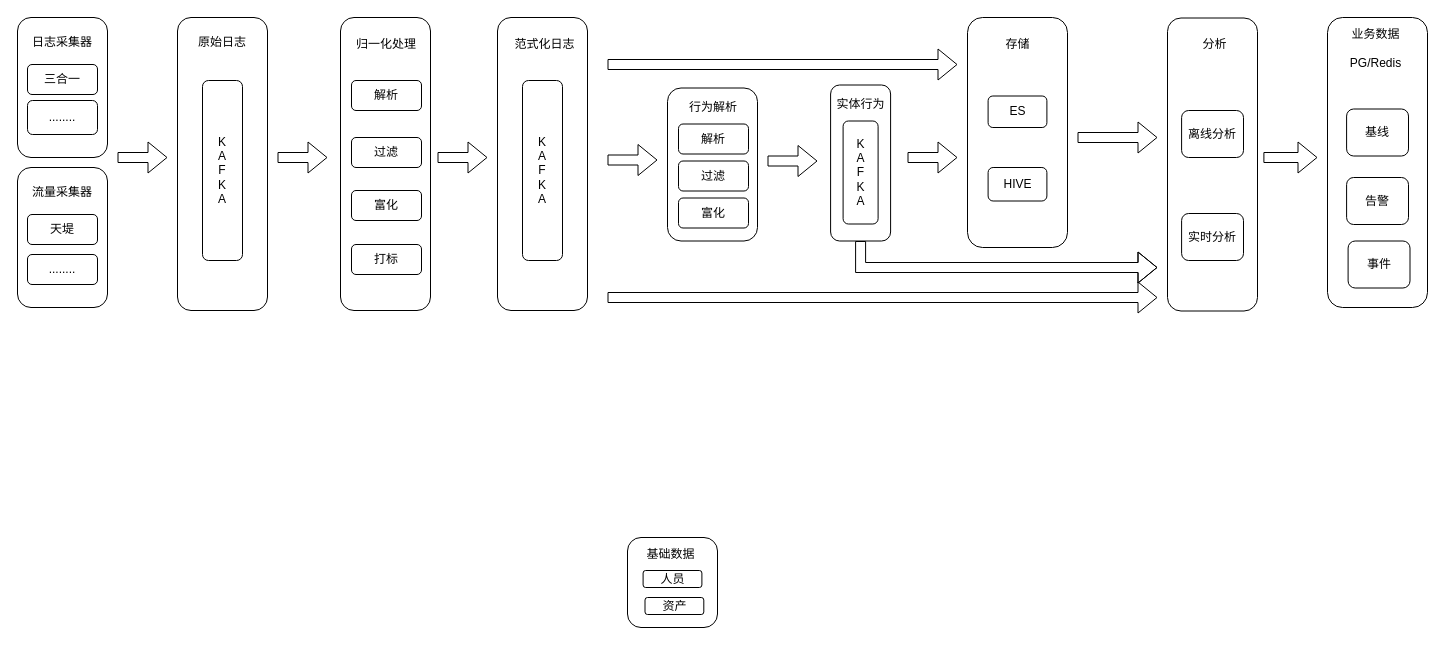
The draw.io diagram 数据流.drawio in Rocks526/picture-repository, before the edit. Source tidied: cells renumbered, new cells numbered last; positions are measured from the earlier drawing's top-left corner, leaving out a move shared by most shapes. Both pictures are drawn from the tidied source at 100%, with x=0, y=0 at pixel (17, 17).
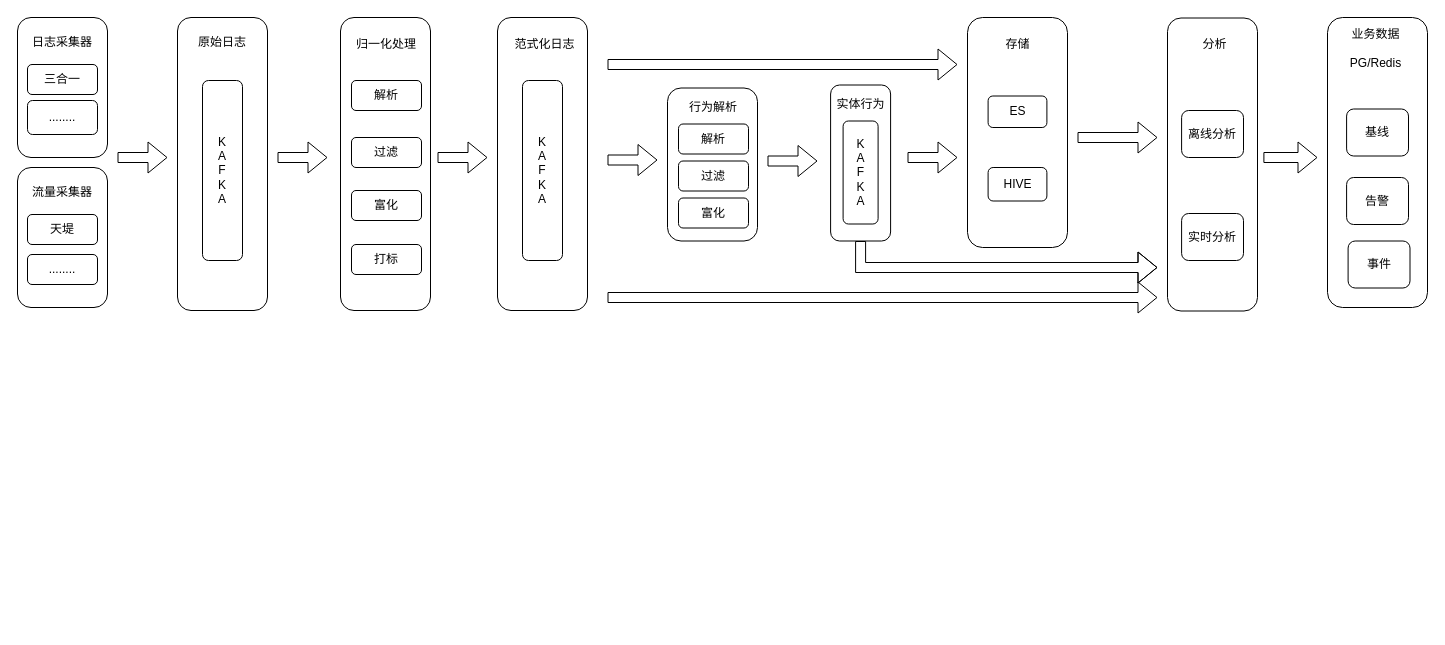
The same page after the edit.

Commit message (it also covers changes not shown here):
更新数据流.drawio

The edit, as a diff of the source:
```diff
@@
-    <mxCell id="31" style="rounded=1;whiteSpace=wrap;html=1;" parent="1" vertex="1">
-      <mxGeometry x="610" y="520" width="90" height="90" as="geometry" />
-    </mxCell>
-    <mxCell id="32" value="基础数据" style="text;html=1;strokeColor=none;fillColor=none;align=center;verticalAlign=middle;whiteSpace=wrap;rounded=0;" parent="1" vertex="1">
-      <mxGeometry x="621.2" y="520" width="65" height="33" as="geometry" />
-    </mxCell>
-    <mxCell id="33" value="人员" style="rounded=1;whiteSpace=wrap;html=1;" parent="1" vertex="1">
-      <mxGeometry x="625.6" y="553" width="58.8" height="17" as="geometry" />
-    </mxCell>
-    <mxCell id="34" value="资产" style="rounded=1;whiteSpace=wrap;html=1;" parent="1" vertex="1">
-      <mxGeometry x="627.5" y="580" width="58.8" height="17" as="geometry" />
-    </mxCell>
```
